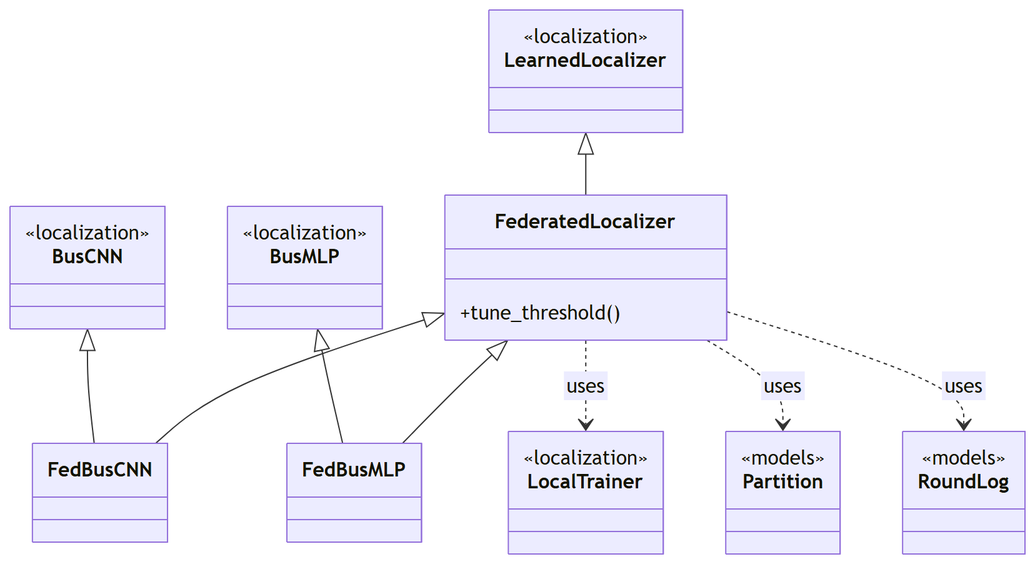
Earlier version of the Mermaid export docs/figures/diagrams/classes_federated.png (myersben9/fdia-graph). Its source is kept beside it as docs/figures/diagrams/classes_federated.mmd.
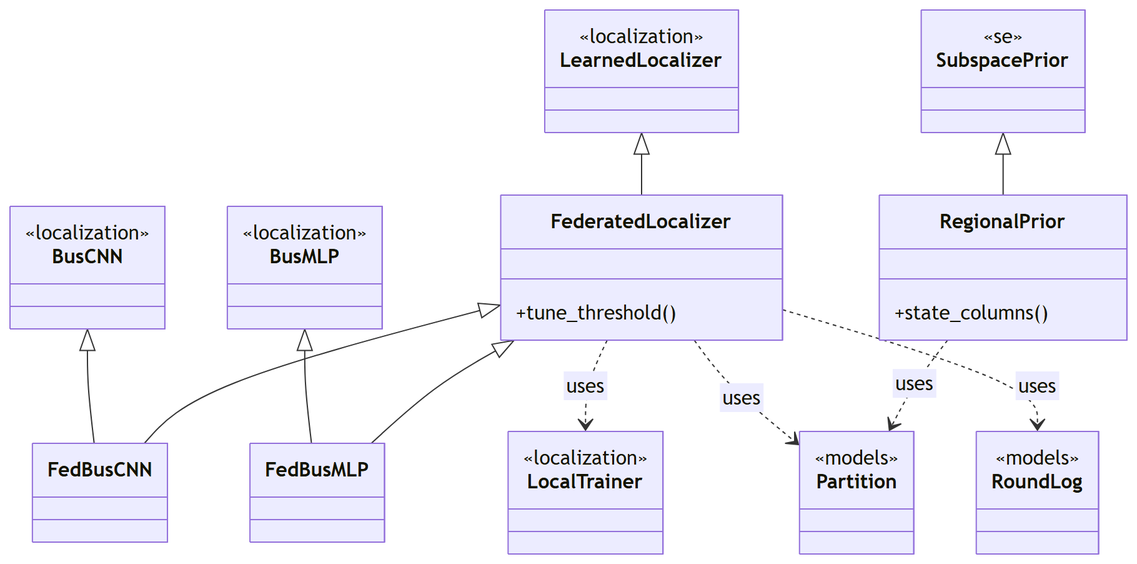
Later version of the same file.

The edit, as a diff of the source:
```diff
@@ -5,6 +5,9 @@
     class FedBusMLP {
     }
     class FedBusCNN {
+    }
+    class RegionalPrior {
+        +state_columns()
     }
     class BusCNN {
         <<localization>>
@@ -24,11 +27,16 @@
     class RoundLog {
         <<models>>
     }
+    class SubspacePrior {
+        <<se>>
+    }
     BusCNN <|-- FedBusCNN
     BusMLP <|-- FedBusMLP
     FederatedLocalizer <|-- FedBusCNN
     FederatedLocalizer <|-- FedBusMLP
     LearnedLocalizer <|-- FederatedLocalizer
+    SubspacePrior <|-- RegionalPrior
     FederatedLocalizer ..> LocalTrainer : uses
     FederatedLocalizer ..> Partition : uses
     FederatedLocalizer ..> RoundLog : uses
+    RegionalPrior ..> Partition : uses
```
